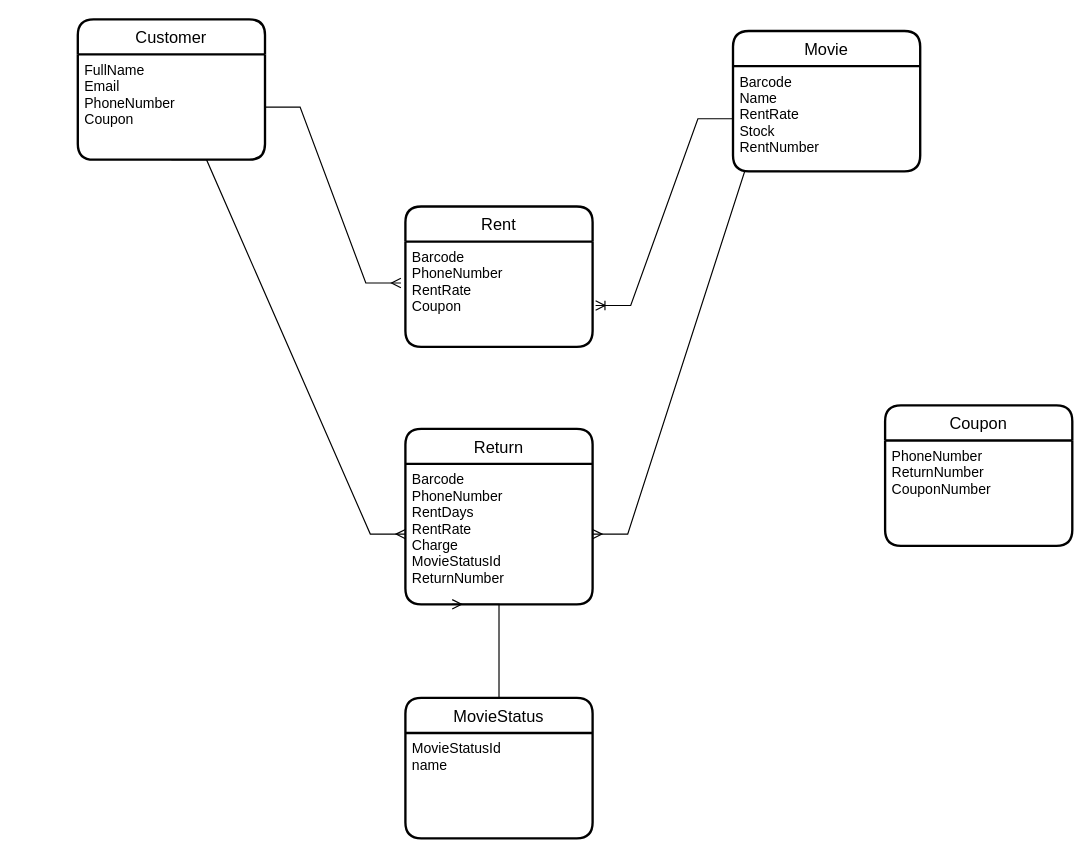
Earlier version of the draw.io diagram page "Page-2" (1 of 2) of Untitled Diagram.drawio (wm-m/sql). Source tidied: cells renumbered, new cells numbered last; positions are measured from the earlier drawing's top-left corner, leaving out a move shared by most shapes. Both pictures are drawn from the tidied source at 117%, with x=0, y=0 at pixel (77, 19).
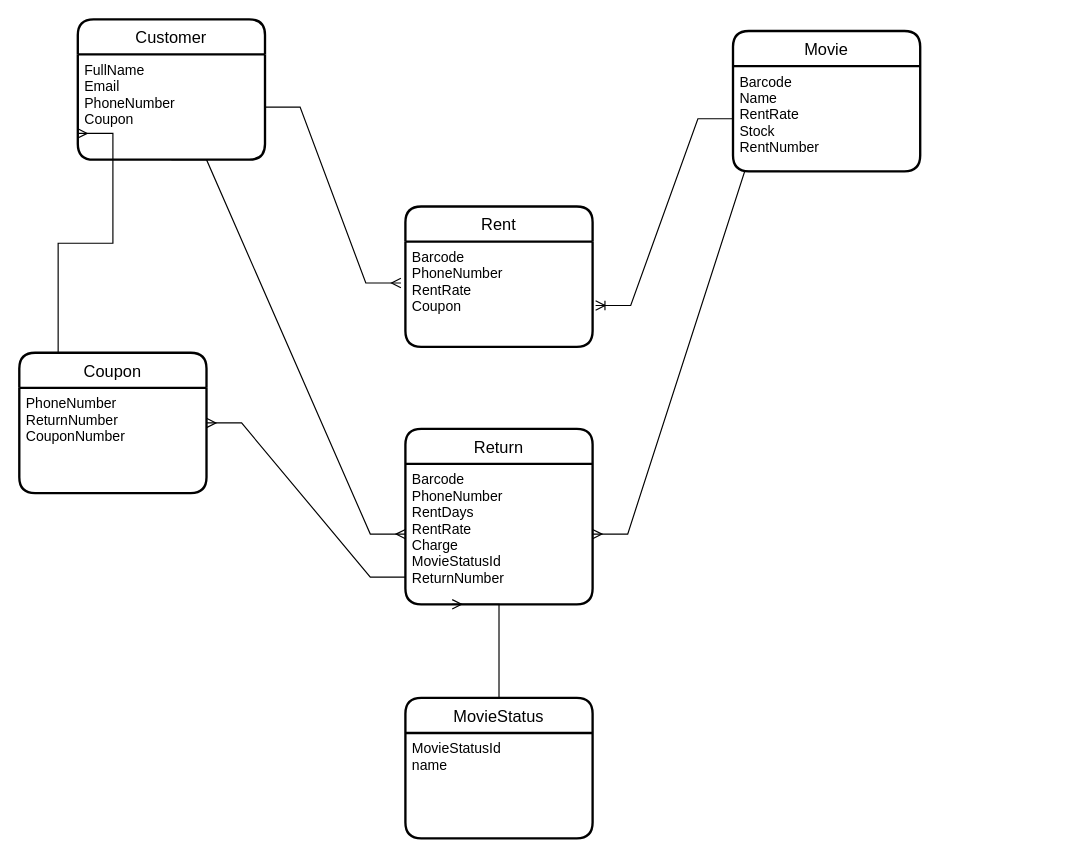
After the change.

The change refers to these unchanged cells:
```xml
<mxCell id="3" value="FullName&#10;Email&#10;PhoneNumber&#10;Coupon" style="align=left;strokeColor=none;fillColor=none;spacingLeft=4;fontSize=12;verticalAlign=top;" parent="2" vertex="1">
  <mxGeometry y="30" width="160" height="90" as="geometry" />
</mxCell>
<mxCell id="9" value="Barcode&#10;PhoneNumber&#10;RentDays&#10;RentRate&#10;Charge&#10;MovieStatusId&#10;ReturnNumber&#10;" style="align=left;strokeColor=none;fillColor=none;spacingLeft=4;fontSize=12;verticalAlign=top;" parent="8" vertex="1">
  <mxGeometry y="30" width="160" height="120" as="geometry" />
</mxCell>
```

Change to the diagram source:
```diff
@@
     <mxCell id="10" value="Coupon" style="swimlane;horizontal=1;startSize=30;rounded=1;fontSize=14;fontStyle=0;strokeWidth=2;shadow=0;dashed=0;align=center;" parent="1" vertex="1">
-      <mxGeometry x="690" y="330" width="160" height="120" as="geometry" />
+      <mxGeometry x="-50" y="285" width="160" height="120" as="geometry" />
     </mxCell>
@@
+    <mxCell id="19" style="edgeStyle=entityRelationEdgeStyle;fontSize=12;html=1;endArrow=ERmany;rounded=0;entryX=1;entryY=0.5;entryDx=0;entryDy=0;exitX=0;exitY=0.806;exitDx=0;exitDy=0;exitPerimeter=0;" parent="1" edge="1" source="9" target="10">
+      <mxGeometry relative="1" as="geometry" />
+    </mxCell>
+    <mxCell id="20" style="edgeStyle=entityRelationEdgeStyle;fontSize=12;html=1;endArrow=ERmany;rounded=0;exitX=0.395;exitY=0.003;exitDx=0;exitDy=0;exitPerimeter=0;entryX=0;entryY=0.75;entryDx=0;entryDy=0;" parent="1" edge="1" source="10" target="3">
+      <mxGeometry relative="1" as="geometry" />
+    </mxCell>
```
